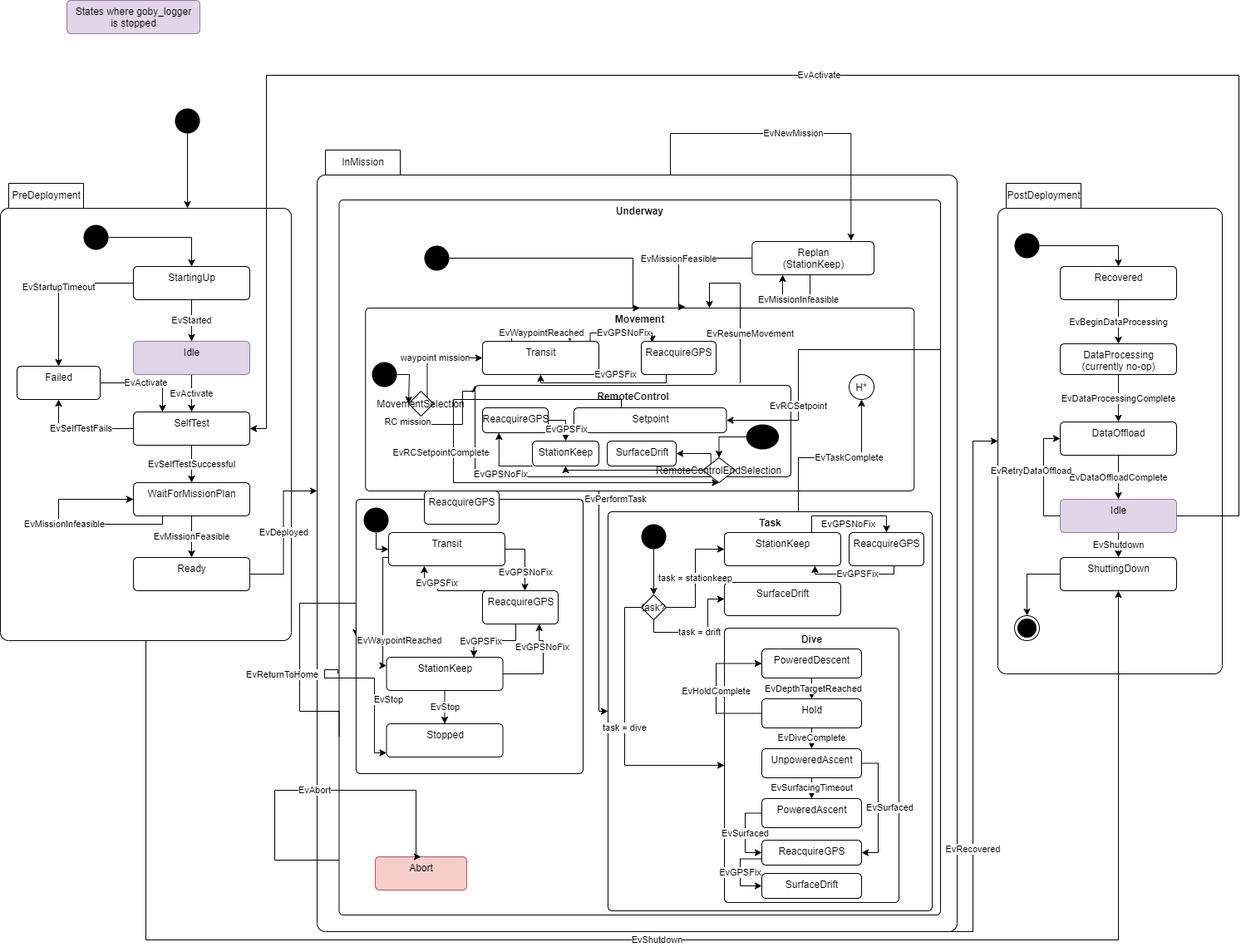
jaiarobotics/jaiabot keeps this draw.io diagram as src/doc/figures/mission-states.png. Above is the earlier version. Source tidied: cells renumbered, new cells last; positions are measured from the earlier drawing's top-left corner, leaving out a move shared by most shapes.
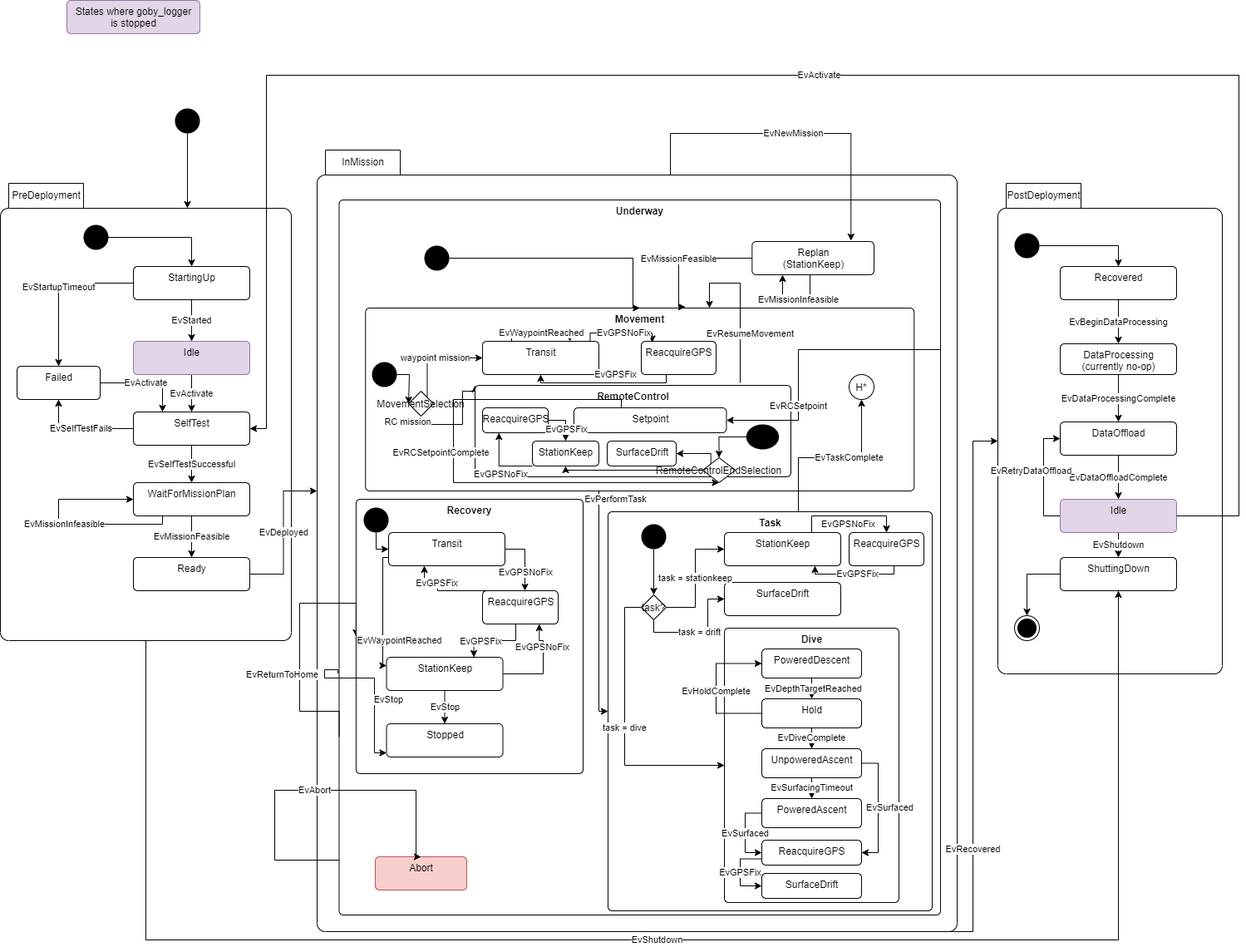
After the change.

Commit message:
Updating state machine diagram

Change to the diagram source:
```diff
@@ -548,9 +548,6 @@
         </Array>
       </mxGeometry>
     </mxCell>
-    <mxCell id="121" value="ReacquireGPS" style="html=1;align=center;verticalAlign=top;rounded=1;absoluteArcSize=1;arcSize=10;dashed=0;" parent="36" vertex="1">
-      <mxGeometry x="109" y="310" width="90" height="40" as="geometry" />
-    </mxCell>
     <mxCell id="122" style="edgeStyle=orthogonalEdgeStyle;rounded=0;jettySize=auto;html=1;entryX=0;entryY=0;entryDx=225;entryDy=30;entryPerimeter=0;" parent="1" edge="1" source="123" target="19">
       <mxGeometry relative="1" as="geometry" />
     </mxCell>
```
